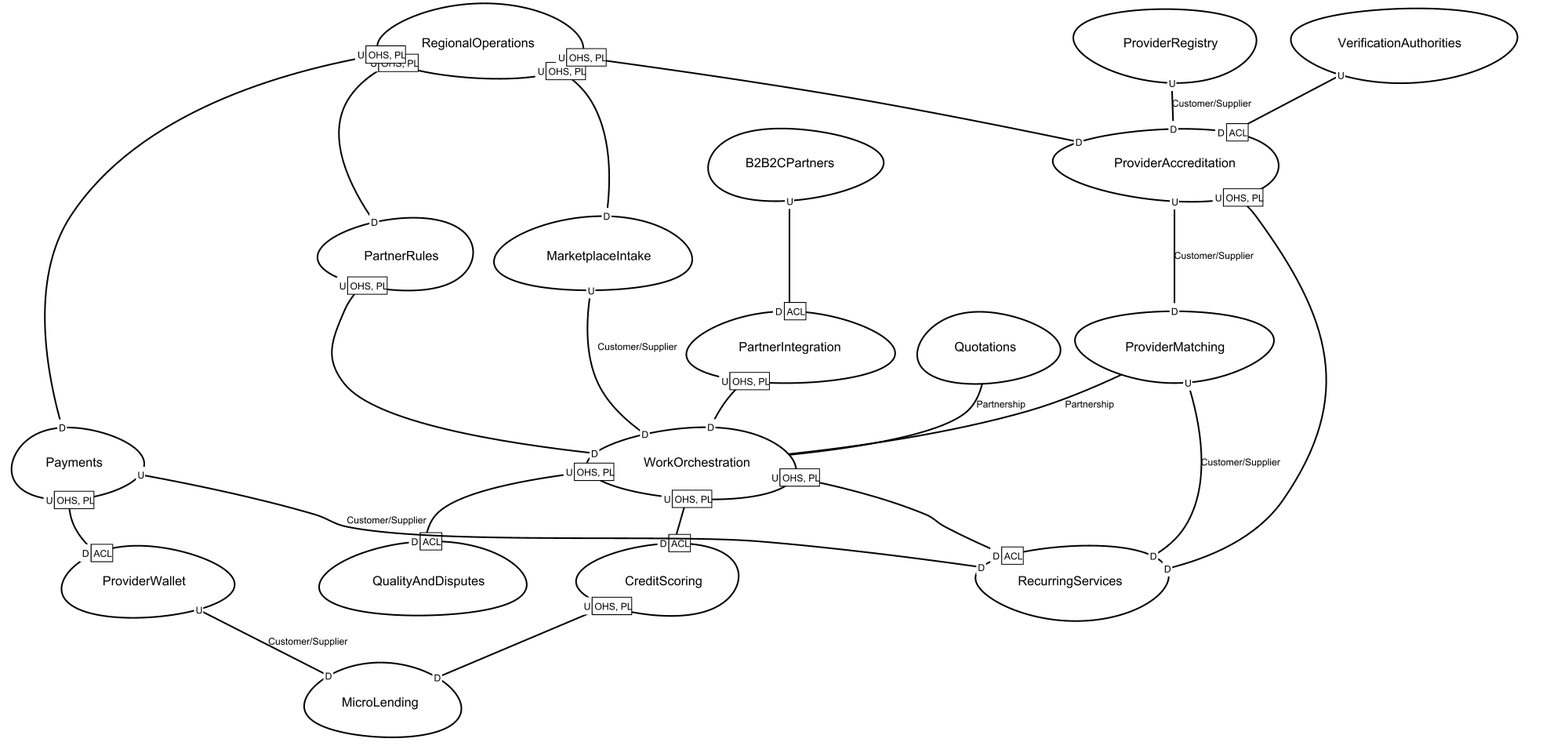
Before: src-gen/hogar-de-los-alpes-to-be_ContextMap.png, a diagram exported from Graphviz (dso-uniandes/apps-no-monoliticas). Its source is kept beside it as src-gen/hogar-de-los-alpes-to-be_ContextMap.gv.
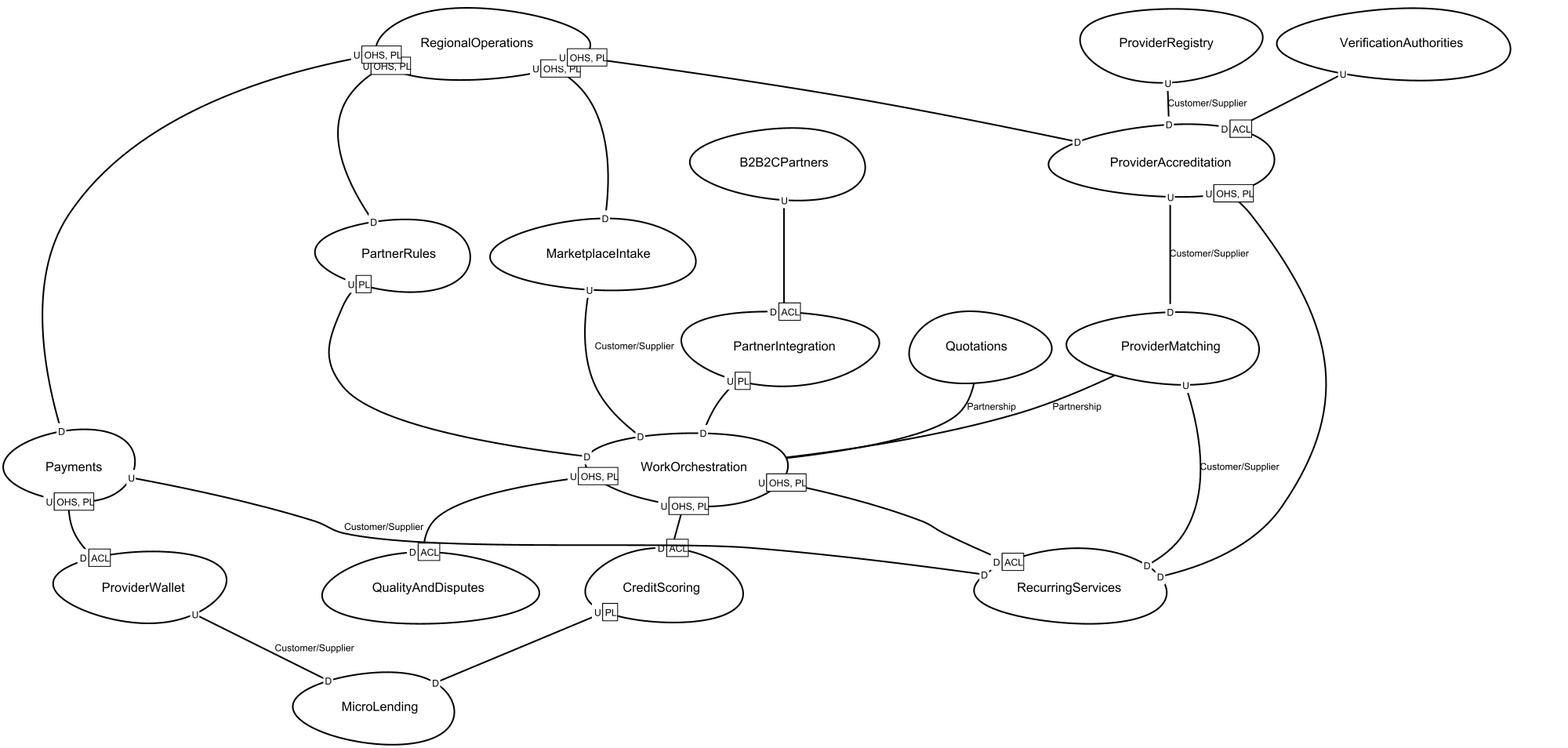
The same file after the commit.

The edit, as a diff of the source:
```diff
@@ -1,22 +1,22 @@
 digraph "ContextMapGraph" {
 graph ["imagepath"="C:\Users\danie\AppData\Local\Temp\GraphvizJava"]
-"B2B2CPartners" ["margin"="0.3","orientation"="338","shape"="egg","fontsize"="16","style"="bold","label"="B2B2CPartners\n","fontname"="sans-serif"]
-"PartnerIntegration" ["margin"="0.3","orientation"="255","shape"="egg","fontsize"="16","style"="bold","label"="PartnerIntegration\n","fontname"="sans-serif"]
-"WorkOrchestration" ["margin"="0.3","orientation"="97","shape"="egg","fontsize"="16","style"="bold","label"="WorkOrchestration\n","fontname"="sans-serif"]
-"QualityAndDisputes" ["margin"="0.3","orientation"="118","shape"="egg","fontsize"="16","style"="bold","label"="QualityAndDisputes\n","fontname"="sans-serif"]
-"RecurringServices" ["margin"="0.3","orientation"="71","shape"="egg","fontsize"="16","style"="bold","label"="RecurringServices\n","fontname"="sans-serif"]
-"CreditScoring" ["margin"="0.3","orientation"="129","shape"="egg","fontsize"="16","style"="bold","label"="CreditScoring\n","fontname"="sans-serif"]
-"MicroLending" ["margin"="0.3","orientation"="82","shape"="egg","fontsize"="16","style"="bold","label"="MicroLending\n","fontname"="sans-serif"]
-"MarketplaceIntake" ["margin"="0.3","orientation"="139","shape"="egg","fontsize"="16","style"="bold","label"="MarketplaceIntake\n","fontname"="sans-serif"]
-"PartnerRules" ["margin"="0.3","orientation"="274","shape"="egg","fontsize"="16","style"="bold","label"="PartnerRules\n","fontname"="sans-serif"]
-"Payments" ["margin"="0.3","orientation"="156","shape"="egg","fontsize"="16","style"="bold","label"="Payments\n","fontname"="sans-serif"]
-"ProviderWallet" ["margin"="0.3","orientation"="236","shape"="egg","fontsize"="16","style"="bold","label"="ProviderWallet\n","fontname"="sans-serif"]
-"ProviderAccreditation" ["margin"="0.3","orientation"="279","shape"="egg","fontsize"="16","style"="bold","label"="ProviderAccreditation\n","fontname"="sans-serif"]
-"ProviderMatching" ["margin"="0.3","orientation"="229","shape"="egg","fontsize"="16","style"="bold","label"="ProviderMatching\n","fontname"="sans-serif"]
-"ProviderRegistry" ["margin"="0.3","orientation"="62","shape"="egg","fontsize"="16","style"="bold","label"="ProviderRegistry\n","fontname"="sans-serif"]
-"Quotations" ["margin"="0.3","orientation"="54","shape"="egg","fontsize"="16","style"="bold","label"="Quotations\n","fontname"="sans-serif"]
-"RegionalOperations" ["margin"="0.3","orientation"="99","shape"="egg","fontsize"="16","style"="bold","label"="RegionalOperations\n","fontname"="sans-serif"]
-"VerificationAuthorities" ["margin"="0.3","orientation"="317","shape"="egg","fontsize"="16","style"="bold","label"="VerificationAuthorities\n","fontname"="sans-serif"]
+"B2B2CPartners" ["margin"="0.3","orientation"="332","shape"="egg","fontsize"="16","style"="bold","label"="B2B2CPartners\n","fontname"="sans-serif"]
+"PartnerIntegration" ["margin"="0.3","orientation"="329","shape"="egg","fontsize"="16","style"="bold","label"="PartnerIntegration\n","fontname"="sans-serif"]
+"WorkOrchestration" ["margin"="0.3","orientation"="344","shape"="egg","fontsize"="16","style"="bold","label"="WorkOrchestration\n","fontname"="sans-serif"]
+"QualityAndDisputes" ["margin"="0.3","orientation"="183","shape"="egg","fontsize"="16","style"="bold","label"="QualityAndDisputes\n","fontname"="sans-serif"]
+"RecurringServices" ["margin"="0.3","orientation"="280","shape"="egg","fontsize"="16","style"="bold","label"="RecurringServices\n","fontname"="sans-serif"]
+"CreditScoring" ["margin"="0.3","orientation"="83","shape"="egg","fontsize"="16","style"="bold","label"="CreditScoring\n","fontname"="sans-serif"]
+"MicroLending" ["margin"="0.3","orientation"="48","shape"="egg","fontsize"="16","style"="bold","label"="MicroLending\n","fontname"="sans-serif"]
+"MarketplaceIntake" ["margin"="0.3","orientation"="99","shape"="egg","fontsize"="16","style"="bold","label"="MarketplaceIntake\n","fontname"="sans-serif"]
+"PartnerRules" ["margin"="0.3","orientation"="177","shape"="egg","fontsize"="16","style"="bold","label"="PartnerRules\n","fontname"="sans-serif"]
+"Payments" ["margin"="0.3","orientation"="166","shape"="egg","fontsize"="16","style"="bold","label"="Payments\n","fontname"="sans-serif"]
+"ProviderWallet" ["margin"="0.3","orientation"="340","shape"="egg","fontsize"="16","style"="bold","label"="ProviderWallet\n","fontname"="sans-serif"]
+"ProviderAccreditation" ["margin"="0.3","orientation"="6","shape"="egg","fontsize"="16","style"="bold","label"="ProviderAccreditation\n","fontname"="sans-serif"]
+"ProviderMatching" ["margin"="0.3","orientation"="7","shape"="egg","fontsize"="16","style"="bold","label"="ProviderMatching\n","fontname"="sans-serif"]
+"ProviderRegistry" ["margin"="0.3","orientation"="308","shape"="egg","fontsize"="16","style"="bold","label"="ProviderRegistry\n","fontname"="sans-serif"]
+"Quotations" ["margin"="0.3","orientation"="49","shape"="egg","fontsize"="16","style"="bold","label"="Quotations\n","fontname"="sans-serif"]
+"RegionalOperations" ["margin"="0.3","orientation"="115","shape"="egg","fontsize"="16","style"="bold","label"="RegionalOperations\n","fontname"="sans-serif"]
+"VerificationAuthorities" ["margin"="0.3","orientation"="80","shape"="egg","fontsize"="16","style"="bold","label"="VerificationAuthorities\n","fontname"="sans-serif"]
 "B2B2CPartners" -> "PartnerIntegration" ["headlabel"=<<table cellspacing="0" cellborder="1" border="0">
 <tr><td bgcolor="white" sides="r">D</td><td sides="trbl" bgcolor="white"><font>ACL</font></td></tr>
 </table>>,"labeldistance"="0","fontsize"="12","taillabel"=<<table cellspacing="0" cellborder="0" border="0">
@@ -25,7 +25,7 @@
 "PartnerIntegration" -> "WorkOrchestration" ["headlabel"=<<table cellspacing="0" cellborder="0" border="0">
 <tr><td bgcolor="white">D</td></tr>
 </table>>,"labeldistance"="0","fontsize"="12","taillabel"=<<table cellspacing="0" cellborder="1" border="0">
-<tr><td bgcolor="white" sides="r">U</td><td sides="trbl" bgcolor="white"><font>OHS, PL</font></td></tr>
+<tr><td bgcolor="white" sides="r">U</td><td sides="trbl" bgcolor="white"><font>PL</font></td></tr>
 </table>>,"style"="bold","label"="                                                                                ","dir"="none","fontname"="sans-serif"]
 "WorkOrchestration" -> "QualityAndDisputes" ["headlabel"=<<table cellspacing="0" cellborder="1" border="0">
 <tr><td bgcolor="white" sides="r">D</td><td sides="trbl" bgcolor="white"><font>ACL</font></td></tr>
@@ -45,7 +45,7 @@
 "CreditScoring" -> "MicroLending" ["headlabel"=<<table cellspacing="0" cellborder="0" border="0">
 <tr><td bgcolor="white">D</td></tr>
 </table>>,"labeldistance"="0","fontsize"="12","taillabel"=<<table cellspacing="0" cellborder="1" border="0">
-<tr><td bgcolor="white" sides="r">U</td><td sides="trbl" bgcolor="white"><font>OHS, PL</font></td></tr>
+<tr><td bgcolor="white" sides="r">U</td><td sides="trbl" bgcolor="white"><font>PL</font></td></tr>
 </table>>,"style"="bold","label"="                                                                                ","dir"="none","fontname"="sans-serif"]
 "MarketplaceIntake" -> "WorkOrchestration" ["headlabel"=<<table cellspacing="0" cellborder="0" border="0">
 <tr><td bgcolor="white">D</td></tr>
@@ -55,7 +55,7 @@
 "PartnerRules" -> "WorkOrchestration" ["headlabel"=<<table cellspacing="0" cellborder="0" border="0">
 <tr><td bgcolor="white">D</td></tr>
 </table>>,"labeldistance"="0","fontsize"="12","taillabel"=<<table cellspacing="0" cellborder="1" border="0">
-<tr><td bgcolor="white" sides="r">U</td><td sides="trbl" bgcolor="white"><font>OHS, PL</font></td></tr>
+<tr><td bgcolor="white" sides="r">U</td><td sides="trbl" bgcolor="white"><font>PL</font></td></tr>
 </table>>,"style"="bold","label"="                                                                                ","dir"="none","fontname"="sans-serif"]
 "Payments" -> "ProviderWallet" ["headlabel"=<<table cellspacing="0" cellborder="1" border="0">
 <tr><td bgcolor="white" sides="r">D</td><td sides="trbl" bgcolor="white"><font>ACL</font></td></tr>
```
